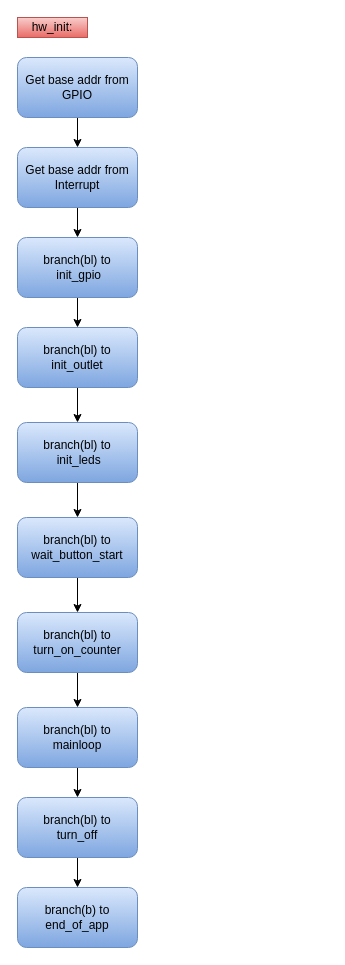
Before: abgabe/diagrams/Programmablauf_init.drawio in DerToaster98/SysProgTIT18, a draw.io diagram. Source tidied: cells renumbered, new cells numbered last; positions are measured from the earlier drawing's top-left corner, leaving out a move shared by most shapes. Both pictures are drawn from the tidied source at 100%, with x=0, y=0 at pixel (17, 17).
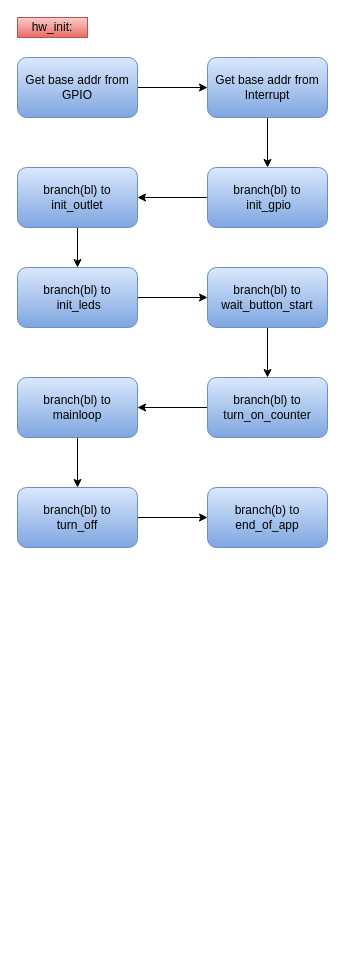
The same page after the edit.

The edit, as a diff of the source:
```diff
@@
     <mxCell id="6" value="Get base addr from Interrupt" style="rounded=1;whiteSpace=wrap;html=1;gradientColor=#7ea6e0;fillColor=#dae8fc;strokeColor=#6c8ebf;" parent="1" vertex="1">
-      <mxGeometry y="130" width="120" height="60" as="geometry" />
+      <mxGeometry x="190" y="40" width="120" height="60" as="geometry" />
     </mxCell>
-    <mxCell id="7" style="edgeStyle=orthogonalEdgeStyle;rounded=0;jettySize=auto;html=1;entryX=0.5;entryY=0;entryDx=0;entryDy=0;" parent="1" edge="1" source="8" target="18">
+    <mxCell id="7" style="edgeStyle=orthogonalEdgeStyle;rounded=0;jettySize=auto;html=1;entryX=1;entryY=0.5;entryDx=0;entryDy=0;" parent="1" edge="1" source="8" target="18">
       <mxGeometry relative="1" as="geometry" />
     </mxCell>
     <mxCell id="8" value="branch(bl) to&lt;br&gt;&amp;nbsp;init_gpio" style="rounded=1;whiteSpace=wrap;html=1;gradientColor=#7ea6e0;fillColor=#dae8fc;strokeColor=#6c8ebf;" parent="1" vertex="1">
-      <mxGeometry y="220" width="120" height="60" as="geometry" />
+      <mxGeometry x="190" y="150" width="120" height="60" as="geometry" />
     </mxCell>
@@
     <mxCell id="10" value="branch(bl) to&lt;br&gt;turn_off" style="rounded=1;whiteSpace=wrap;html=1;gradientColor=#7ea6e0;fillColor=#dae8fc;strokeColor=#6c8ebf;" parent="1" vertex="1">
-      <mxGeometry y="780" width="120" height="60" as="geometry" />
+      <mxGeometry y="470" width="120" height="60" as="geometry" />
     </mxCell>
@@
     <mxCell id="12" value="branch(bl) to&lt;br&gt;mainloop" style="rounded=1;whiteSpace=wrap;html=1;gradientColor=#7ea6e0;fillColor=#dae8fc;strokeColor=#6c8ebf;" parent="1" vertex="1">
-      <mxGeometry y="690" width="120" height="60" as="geometry" />
+      <mxGeometry y="360" width="120" height="60" as="geometry" />
     </mxCell>
@@
     <mxCell id="14" value="branch(bl) to&lt;br&gt;wait_button_start" style="rounded=1;whiteSpace=wrap;html=1;gradientColor=#7ea6e0;fillColor=#dae8fc;strokeColor=#6c8ebf;" parent="1" vertex="1">
-      <mxGeometry y="500" width="120" height="60" as="geometry" />
+      <mxGeometry x="190" y="250" width="120" height="60" as="geometry" />
     </mxCell>
@@
     <mxCell id="16" value="branch(bl) to&lt;br&gt;&amp;nbsp;init_leds" style="rounded=1;whiteSpace=wrap;html=1;gradientColor=#7ea6e0;fillColor=#dae8fc;strokeColor=#6c8ebf;" parent="1" vertex="1">
-      <mxGeometry y="405" width="120" height="60" as="geometry" />
+      <mxGeometry y="250" width="120" height="60" as="geometry" />
     </mxCell>
@@
     <mxCell id="18" value="branch(bl) to init_outlet" style="rounded=1;whiteSpace=wrap;html=1;gradientColor=#7ea6e0;fillColor=#dae8fc;strokeColor=#6c8ebf;" parent="1" vertex="1">
-      <mxGeometry y="310" width="120" height="60" as="geometry" />
+      <mxGeometry y="150" width="120" height="60" as="geometry" />
     </mxCell>
     <mxCell id="19" value="branch(b) to end_of_app" style="rounded=1;whiteSpace=wrap;html=1;gradientColor=#7ea6e0;fillColor=#dae8fc;strokeColor=#6c8ebf;" parent="1" vertex="1">
-      <mxGeometry y="870" width="120" height="60" as="geometry" />
+      <mxGeometry x="190" y="470" width="120" height="60" as="geometry" />
     </mxCell>
@@
     <mxCell id="21" value="branch(bl) to&lt;br&gt;turn_on_counter" style="rounded=1;whiteSpace=wrap;html=1;gradientColor=#7ea6e0;fillColor=#dae8fc;strokeColor=#6c8ebf;" parent="1" vertex="1">
-      <mxGeometry y="595" width="120" height="60" as="geometry" />
+      <mxGeometry x="190" y="360" width="120" height="60" as="geometry" />
     </mxCell>
```
